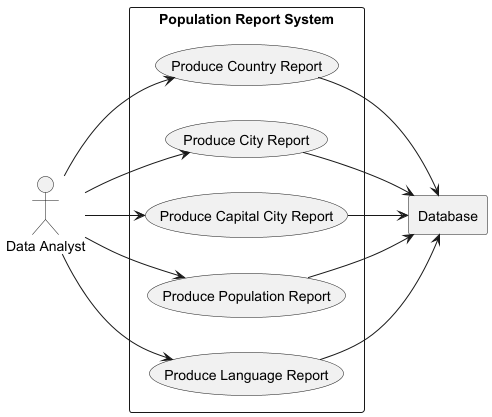
group9-devops/devops keeps this PlantUML diagram as use-cases/Population_Report_System_Use_Case_Diagram.png. Above is the earlier version.
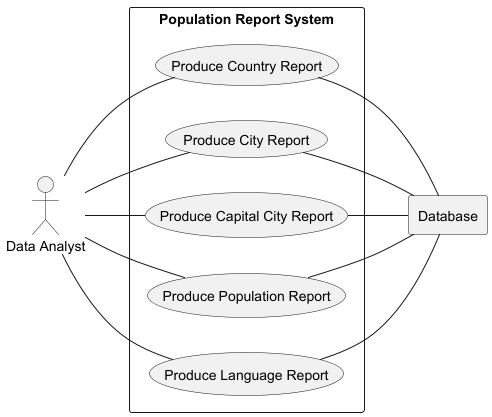
After the change.

Commit message:
Added a use case description and updated the uml digram.

Diff of the diagram source:
```diff
@@ -14,16 +14,16 @@
     usecase UC4 as "Produce Language Report"
 }
 
-DA --> UC1
-DA --> UC2
-DA --> UC3
-DA --> UC4
-DA --> UC5
+DA -- UC1
+DA -- UC2
+DA -- UC3
+DA -- UC4
+DA -- UC5
 
-UC1 --> DB
-UC2 --> DB
-UC3 --> DB
-UC4 --> DB
-UC5 --> DB
+UC1 -- DB
+UC2 -- DB
+UC3 -- DB
+UC4 -- DB
+UC5 -- DB
 
 @enduml
```
